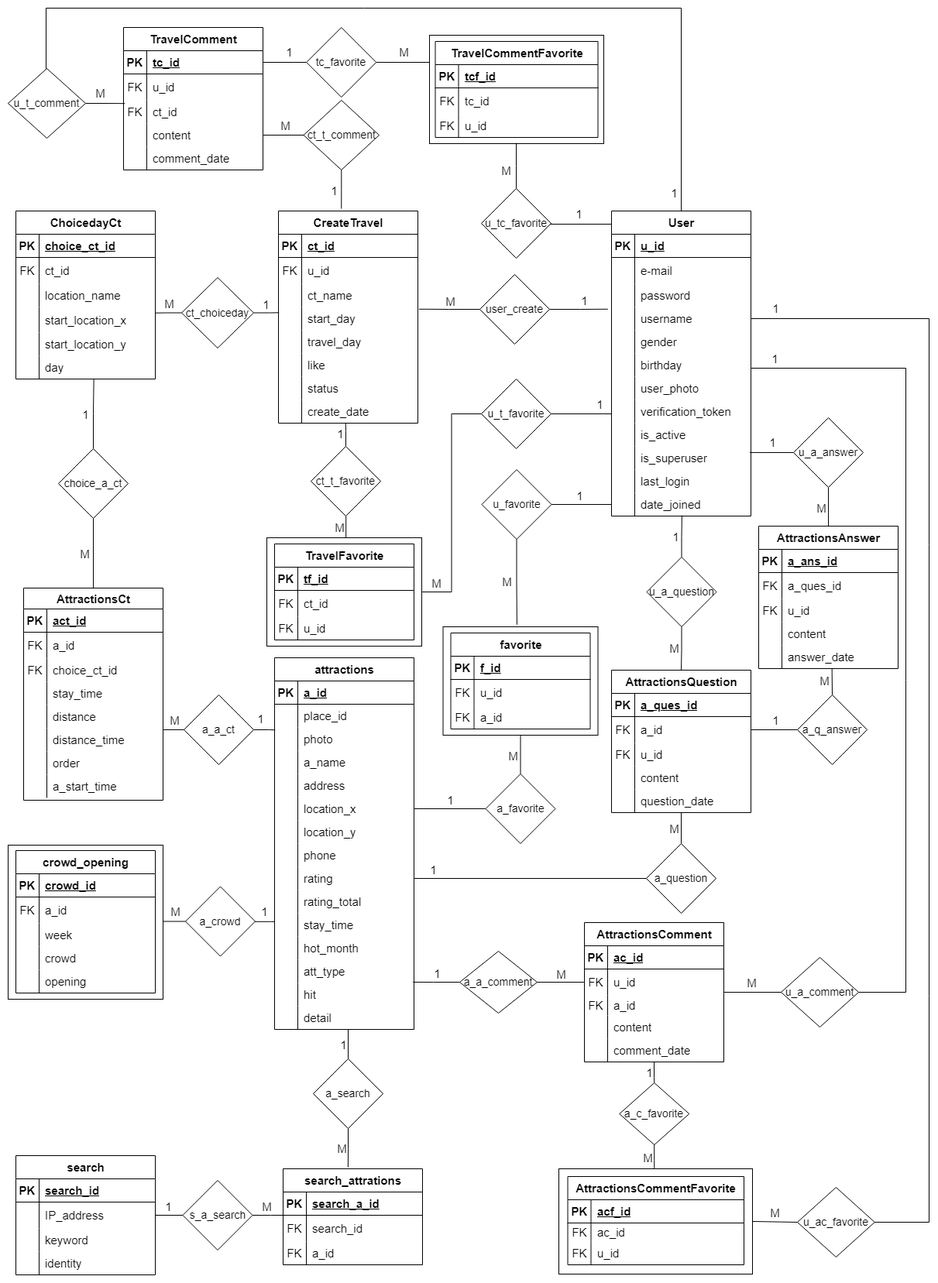
Earlier version of the draw.io export 資料庫關聯圖1102.png (10946009/ntub_112403). Source tidied: cells renumbered, new cells last; positions are measured from the earlier drawing's top-left corner, leaving out a move shared by most shapes.
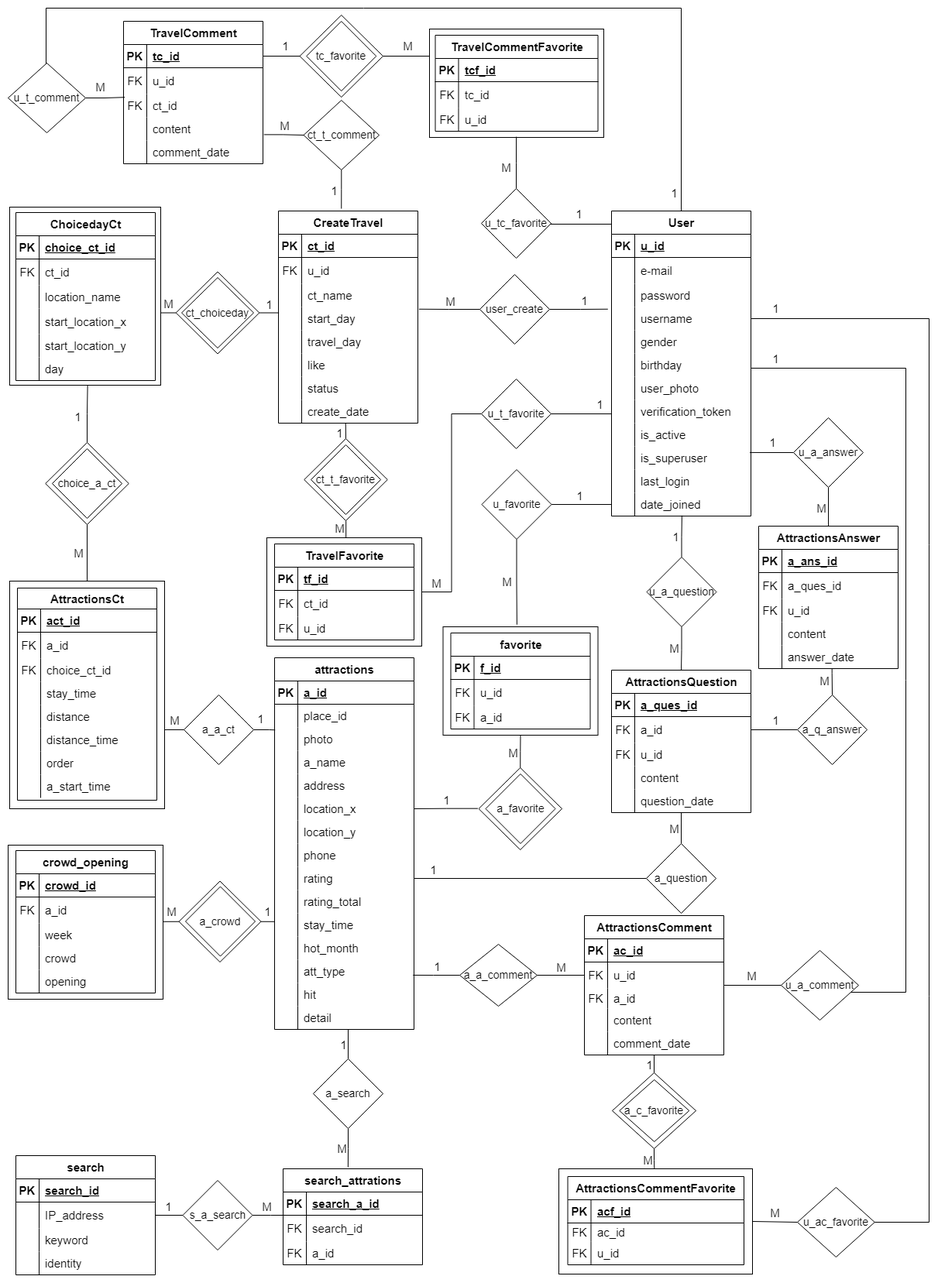
Above is the later version.

Commit message:
修改資料庫關聯圖1102

The edit, as a diff of the source:
```diff
@@ -4,4 +4,31 @@
     <mxCell id="1" parent="0" />
+    <mxCell id="417" style="rhombus;whiteSpace=wrap;html=1;fillStyle=solid;" parent="1" vertex="1">
+      <mxGeometry x="376.5" y="9" width="107.5" height="106" as="geometry" />
+    </mxCell>
+    <mxCell id="418" style="rhombus;whiteSpace=wrap;html=1;fillStyle=solid;" parent="1" vertex="1">
+      <mxGeometry x="382.2" y="556" width="107.5" height="106" as="geometry" />
+    </mxCell>
+    <mxCell id="419" style="rhombus;whiteSpace=wrap;html=1;fillStyle=solid;" parent="1" vertex="1">
+      <mxGeometry x="216.8" y="340.5" width="107.5" height="106" as="geometry" />
+    </mxCell>
+    <mxCell id="420" style="rhombus;whiteSpace=wrap;html=1;fillStyle=solid;" parent="1" vertex="1">
+      <mxGeometry x="48.2" y="561" width="107.5" height="106" as="geometry" />
+    </mxCell>
+    <mxCell id="421" style="rhombus;whiteSpace=wrap;html=1;fillStyle=solid;" parent="1" vertex="1">
+      <mxGeometry x="780" y="1375" width="108" height="98" as="geometry" />
+    </mxCell>
+    <mxCell id="422" style="rhombus;whiteSpace=wrap;html=1;fillStyle=solid;" parent="1" vertex="1">
+      <mxGeometry x="220.5" y="1127.5" width="106" height="104.5" as="geometry" />
+    </mxCell>
+    <mxCell id="423" style="rhombus;whiteSpace=wrap;html=1;fillStyle=solid;" parent="1" vertex="1">
+      <mxGeometry x="607.5" y="981" width="107.5" height="106" as="geometry" />
+    </mxCell>
+    <mxCell id="424" style="rounded=0;whiteSpace=wrap;html=1;fillColor=none;" parent="1" vertex="1">
+      <mxGeometry x="2" y="257" width="195" height="230" as="geometry" />
+    </mxCell>
+    <mxCell id="425" style="rounded=0;whiteSpace=wrap;html=1;fillColor=none;" parent="1" vertex="1">
+      <mxGeometry x="2" y="740" width="200" height="294" as="geometry" />
+    </mxCell>
     <mxCell id="2" style="rounded=0;whiteSpace=wrap;html=1;fillColor=none;" parent="1" vertex="1">
-      <mxGeometry x="544" y="35" width="225" height="140" as="geometry" />
+      <mxGeometry x="544" y="27" width="225" height="140" as="geometry" />
     </mxCell>
@@ -216,3 +243,3 @@
     <mxCell id="71" value="TravelComment" style="shape=table;startSize=30;rowLines=0;fontStyle=1;align=center;html=1;perimeterSpacing=0;labelBorderColor=none;fontSize=15;" parent="1" vertex="1">
-      <mxGeometry x="149" y="25" width="180" height="184" as="geometry" />
+      <mxGeometry x="149" y="17" width="180" height="184" as="geometry" />
     </mxCell>
@@ -277,3 +304,3 @@
     <mxCell id="90" value="TravelCommentFavorite" style="shape=table;startSize=30;rowLines=0;fontStyle=1;align=center;html=1;perimeterSpacing=0;labelBorderColor=none;fontSize=15;" parent="1" vertex="1">
-      <mxGeometry x="551.5" y="43" width="210" height="124" as="geometry" />
+      <mxGeometry x="551.5" y="35" width="210" height="124" as="geometry" />
     </mxCell>
@@ -306,3 +333,3 @@
     </mxCell>
-    <mxCell id="100" style="edgeStyle=orthogonalEdgeStyle;rounded=0;jettySize=auto;html=1;entryX=1;entryY=0.5;entryDx=0;entryDy=0;endArrow=none;endFill=0;" parent="1" edge="1" source="104" target="72">
+    <mxCell id="100" style="edgeStyle=orthogonalEdgeStyle;rounded=0;jettySize=auto;html=1;entryX=1;entryY=0.5;entryDx=0;entryDy=0;endArrow=none;endFill=0;exitX=0;exitY=0.5;exitDx=0;exitDy=0;" parent="1" edge="1" source="417" target="72">
       <mxGeometry relative="1" as="geometry" />
@@ -314,3 +341,3 @@
     </mxCell>
-    <mxCell id="102" style="edgeStyle=orthogonalEdgeStyle;rounded=0;jettySize=auto;html=1;entryX=0;entryY=0.25;entryDx=0;entryDy=0;endArrow=none;endFill=0;" parent="1" edge="1" source="104" target="2">
+    <mxCell id="102" style="edgeStyle=orthogonalEdgeStyle;rounded=0;jettySize=auto;html=1;entryX=0;entryY=0.25;entryDx=0;entryDy=0;endArrow=none;endFill=0;exitX=1;exitY=0.5;exitDx=0;exitDy=0;" parent="1" edge="1" source="417" target="2">
       <mxGeometry relative="1" as="geometry" />
@@ -323,3 +350,3 @@
     <mxCell id="104" value="&lt;font style=&quot;font-size: 14px;&quot;&gt;tc_favorite&lt;/font&gt;" style="rhombus;whiteSpace=wrap;html=1;fontSize=14;" parent="1" vertex="1">
-      <mxGeometry x="385.2" y="25" width="90" height="90" as="geometry" />
+      <mxGeometry x="385.2" y="17" width="90" height="90" as="geometry" />
     </mxCell>
@@ -387,3 +414,3 @@
     </mxCell>
-    <mxCell id="122" style="edgeStyle=orthogonalEdgeStyle;rounded=0;jettySize=auto;html=1;entryX=0.482;entryY=0.983;entryDx=0;entryDy=0;entryPerimeter=0;endArrow=none;endFill=0;" parent="1" edge="1" source="126" target="63">
+    <mxCell id="122" style="edgeStyle=orthogonalEdgeStyle;rounded=0;jettySize=auto;html=1;entryX=0.482;entryY=0.983;entryDx=0;entryDy=0;entryPerimeter=0;endArrow=none;endFill=0;exitX=0.5;exitY=0;exitDx=0;exitDy=0;" parent="1" edge="1" source="418" target="63">
       <mxGeometry relative="1" as="geometry" />
@@ -392,6 +419,6 @@
       <mxGeometry x="-0.11" relative="1" as="geometry">
-        <mxPoint x="-8" y="-3" as="offset" />
+        <mxPoint x="-8" y="1" as="offset" />
       </mxGeometry>
     </mxCell>
-    <mxCell id="124" style="edgeStyle=orthogonalEdgeStyle;rounded=0;jettySize=auto;html=1;endArrow=none;endFill=0;entryX=0.511;entryY=-0.003;entryDx=0;entryDy=0;exitX=0.5;exitY=1;exitDx=0;exitDy=0;entryPerimeter=0;" parent="1" edge="1" source="126" target="3">
+    <mxCell id="124" style="edgeStyle=orthogonalEdgeStyle;rounded=0;jettySize=auto;html=1;endArrow=none;endFill=0;entryX=0.511;entryY=-0.003;entryDx=0;entryDy=0;exitX=0.5;exitY=1;exitDx=0;exitDy=0;entryPerimeter=0;" parent="1" edge="1" source="418" target="3">
       <mxGeometry relative="1" as="geometry">
@@ -404,3 +431,3 @@
       <mxGeometry x="0.03" relative="1" as="geometry">
-        <mxPoint x="-9" as="offset" />
+        <mxPoint x="-9" y="-2" as="offset" />
       </mxGeometry>
@@ -408,3 +435,3 @@
     <mxCell id="126" value="&lt;font style=&quot;font-size: 14px;&quot;&gt;ct_t_favorite&lt;/font&gt;" style="rhombus;whiteSpace=wrap;html=1;fontSize=14;" parent="1" vertex="1">
-      <mxGeometry x="391" y="566" width="90" height="90" as="geometry" />
+      <mxGeometry x="391" y="564" width="90" height="90" as="geometry" />
     </mxCell>
@@ -426,3 +453,3 @@
     <mxCell id="130" value="ChoicedayCt" style="shape=table;startSize=30;rowLines=0;fontStyle=1;align=center;html=1;perimeterSpacing=0;labelBorderColor=none;fontSize=15;" parent="1" vertex="1">
-      <mxGeometry x="10" y="262" width="180" height="217" as="geometry" />
+      <mxGeometry x="10" y="264" width="180" height="217" as="geometry" />
     </mxCell>
@@ -482,3 +509,3 @@
     </mxCell>
-    <mxCell id="149" style="edgeStyle=orthogonalEdgeStyle;rounded=0;jettySize=auto;html=1;entryX=0.004;entryY=0.243;entryDx=0;entryDy=0;entryPerimeter=0;endArrow=none;endFill=0;" parent="1" edge="1" source="153" target="51">
+    <mxCell id="149" style="edgeStyle=orthogonalEdgeStyle;rounded=0;jettySize=auto;html=1;entryX=0.004;entryY=0.243;entryDx=0;entryDy=0;entryPerimeter=0;endArrow=none;endFill=0;exitX=1;exitY=0.5;exitDx=0;exitDy=0;" parent="1" edge="1" source="419" target="51">
       <mxGeometry relative="1" as="geometry" />
@@ -490,3 +517,3 @@
     </mxCell>
-    <mxCell id="151" style="edgeStyle=orthogonalEdgeStyle;rounded=0;jettySize=auto;html=1;entryX=1;entryY=0.233;entryDx=0;entryDy=0;entryPerimeter=0;endArrow=none;endFill=0;" parent="1" edge="1" source="153" target="140">
+    <mxCell id="151" style="edgeStyle=orthogonalEdgeStyle;rounded=0;jettySize=auto;html=1;entryX=1.002;entryY=0.593;entryDx=0;entryDy=0;entryPerimeter=0;endArrow=none;endFill=0;exitX=0;exitY=0.5;exitDx=0;exitDy=0;" parent="1" edge="1" source="419" target="424">
       <mxGeometry relative="1" as="geometry" />
@@ -751,3 +778,3 @@
     </mxCell>
-    <mxCell id="236" style="edgeStyle=orthogonalEdgeStyle;rounded=0;jettySize=auto;html=1;endArrow=none;endFill=0;" parent="1" edge="1" source="81" target="89">
+    <mxCell id="236" style="edgeStyle=orthogonalEdgeStyle;rounded=0;jettySize=auto;html=1;endArrow=none;endFill=0;exitX=1.007;exitY=0.746;exitDx=0;exitDy=0;exitPerimeter=0;" parent="1" edge="1" source="81" target="89">
       <mxGeometry relative="1" as="geometry" />
@@ -891,3 +918,3 @@
     </mxCell>
-    <mxCell id="270" style="edgeStyle=orthogonalEdgeStyle;rounded=0;jettySize=auto;html=1;entryX=0.5;entryY=1;entryDx=0;entryDy=0;endArrow=none;endFill=0;" parent="1" edge="1" source="274" target="254">
+    <mxCell id="270" style="edgeStyle=orthogonalEdgeStyle;rounded=0;jettySize=auto;html=1;entryX=0.5;entryY=1;entryDx=0;entryDy=0;endArrow=none;endFill=0;exitX=0.5;exitY=0;exitDx=0;exitDy=0;" parent="1" edge="1" source="423" target="254">
       <mxGeometry relative="1" as="geometry" />
@@ -899,3 +926,3 @@
     </mxCell>
-    <mxCell id="272" style="edgeStyle=orthogonalEdgeStyle;rounded=0;jettySize=auto;html=1;entryX=1;entryY=0.5;entryDx=0;entryDy=0;endArrow=none;endFill=0;" parent="1" edge="1" source="274" target="170">
+    <mxCell id="272" style="edgeStyle=orthogonalEdgeStyle;rounded=0;jettySize=auto;html=1;entryX=1;entryY=0.5;entryDx=0;entryDy=0;endArrow=none;endFill=0;exitX=-0.009;exitY=0.497;exitDx=0;exitDy=0;exitPerimeter=0;" parent="1" edge="1" source="423" target="170">
       <mxGeometry relative="1" as="geometry" />
@@ -953,3 +980,3 @@
     </mxCell>
-    <mxCell id="288" style="edgeStyle=orthogonalEdgeStyle;rounded=0;jettySize=auto;html=1;entryX=0.5;entryY=0;entryDx=0;entryDy=0;endArrow=none;endFill=0;" parent="1" edge="1" source="292" target="365">
+    <mxCell id="288" style="edgeStyle=orthogonalEdgeStyle;rounded=0;jettySize=auto;html=1;endArrow=none;endFill=0;entryX=0.5;entryY=0;entryDx=0;entryDy=0;" parent="1" edge="1" source="292" target="421">
       <mxGeometry relative="1" as="geometry" />
@@ -958,3 +985,3 @@
       <mxGeometry x="-0.03" y="-1" relative="1" as="geometry">
-        <mxPoint x="-6" as="offset" />
+        <mxPoint x="-8" as="offset" />
       </mxGeometry>
@@ -970,3 +997,3 @@
     <mxCell id="292" value="AttractionsComment" style="shape=table;startSize=30;rowLines=0;fontStyle=1;align=center;html=1;perimeterSpacing=0;labelBorderColor=none;fontSize=15;" parent="1" vertex="1">
-      <mxGeometry x="744" y="1181" width="180" height="180" as="geometry" />
+      <mxGeometry x="744" y="1172" width="180" height="180" as="geometry" />
     </mxCell>
@@ -1137,3 +1164,3 @@
     </mxCell>
-    <mxCell id="348" style="edgeStyle=orthogonalEdgeStyle;rounded=0;jettySize=auto;html=1;entryX=1;entryY=0.5;entryDx=0;entryDy=0;endArrow=none;endFill=0;" parent="1" edge="1" source="352">
+    <mxCell id="348" style="edgeStyle=orthogonalEdgeStyle;rounded=0;jettySize=auto;html=1;entryX=1;entryY=0.5;entryDx=0;entryDy=0;endArrow=none;endFill=0;exitX=0;exitY=0.5;exitDx=0;exitDy=0;" parent="1" edge="1" source="422">
       <mxGeometry relative="1" as="geometry">
@@ -1147,8 +1174,4 @@
     </mxCell>
-    <mxCell id="350" style="edgeStyle=orthogonalEdgeStyle;rounded=0;jettySize=auto;html=1;entryX=-0.002;entryY=0.36;entryDx=0;entryDy=0;entryPerimeter=0;endArrow=none;endFill=0;" parent="1" edge="1" source="352" target="185">
-      <mxGeometry relative="1" as="geometry">
-        <Array as="points">
-          <mxPoint x="339" y="1180" />
-        </Array>
-      </mxGeometry>
+    <mxCell id="350" style="edgeStyle=orthogonalEdgeStyle;rounded=0;jettySize=auto;html=1;entryX=-0.002;entryY=0.36;entryDx=0;entryDy=0;entryPerimeter=0;endArrow=none;endFill=0;exitX=1;exitY=0.5;exitDx=0;exitDy=0;" parent="1" edge="1" source="422" target="185">
+      <mxGeometry relative="1" as="geometry" />
     </mxCell>
@@ -1205,3 +1228,3 @@
     </mxCell>
-    <mxCell id="363" style="edgeStyle=orthogonalEdgeStyle;rounded=0;jettySize=auto;html=1;endArrow=none;endFill=0;exitX=0.499;exitY=0.996;exitDx=0;exitDy=0;exitPerimeter=0;entryX=0.493;entryY=-0.004;entryDx=0;entryDy=0;entryPerimeter=0;" parent="1" edge="1" source="365" target="277">
+    <mxCell id="363" style="edgeStyle=orthogonalEdgeStyle;rounded=0;jettySize=auto;html=1;endArrow=none;endFill=0;exitX=0.5;exitY=1;exitDx=0;exitDy=0;entryX=0.493;entryY=-0.004;entryDx=0;entryDy=0;entryPerimeter=0;" parent="1" edge="1" source="421" target="277">
       <mxGeometry relative="1" as="geometry">
@@ -1219,3 +1242,3 @@
     <mxCell id="365" value="&lt;font style=&quot;font-size: 14px;&quot;&gt;a_c_favorite&lt;/font&gt;" style="rhombus;whiteSpace=wrap;html=1;fontSize=14;" parent="1" vertex="1">
-      <mxGeometry x="789.2" y="1388" width="90" height="80" as="geometry" />
+      <mxGeometry x="789.2" y="1384" width="90" height="80" as="geometry" />
     </mxCell>
@@ -1253,3 +1276,3 @@
     <mxCell id="371" value="&lt;font style=&quot;font-size: 14px;&quot;&gt;u_a_comment&lt;/font&gt;" style="rhombus;whiteSpace=wrap;html=1;fontSize=14;" parent="1" vertex="1">
-      <mxGeometry x="998" y="1226" width="100" height="90" as="geometry" />
+      <mxGeometry x="998" y="1217" width="100" height="90" as="geometry" />
     </mxCell>
@@ -1278,3 +1301,3 @@
     <mxCell id="376" value="&lt;font style=&quot;font-size: 14px;&quot;&gt;u_t_comment&lt;/font&gt;" style="rhombus;whiteSpace=wrap;html=1;fontSize=14;" parent="1" vertex="1">
-      <mxGeometry y="78" width="100" height="90" as="geometry" />
+      <mxGeometry y="71" width="100" height="90" as="geometry" />
     </mxCell>
@@ -1288,9 +1311,4 @@
     </mxCell>
-    <mxCell id="379" style="edgeStyle=orthogonalEdgeStyle;rounded=0;jettySize=auto;html=1;entryX=0.998;entryY=1.066;entryDx=0;entryDy=0;entryPerimeter=0;endArrow=none;endFill=0;" parent="1" edge="1" source="381" target="400">
-      <mxGeometry relative="1" as="geometry">
-        <Array as="points">
-          <mxPoint x="199" y="932" />
-          <mxPoint x="199" y="932" />
-        </Array>
-      </mxGeometry>
+    <mxCell id="379" style="edgeStyle=orthogonalEdgeStyle;rounded=0;jettySize=auto;html=1;endArrow=none;endFill=0;entryX=1;entryY=0.653;entryDx=0;entryDy=0;entryPerimeter=0;" parent="1" edge="1" source="381" target="425">
+      <mxGeometry relative="1" as="geometry" />
     </mxCell>
@@ -1298,3 +1316,3 @@
       <mxGeometry x="-0.29" y="-3" relative="1" as="geometry">
-        <mxPoint x="-3" y="-9" as="offset" />
+        <mxPoint x="7" y="-16" as="offset" />
       </mxGeometry>
@@ -1304,3 +1322,3 @@
     </mxCell>
-    <mxCell id="382" style="edgeStyle=orthogonalEdgeStyle;rounded=0;jettySize=auto;html=1;entryX=0.559;entryY=1.004;entryDx=0;entryDy=0;entryPerimeter=0;endArrow=none;endFill=0;" parent="1" edge="1" source="384" target="146">
+    <mxCell id="382" style="edgeStyle=orthogonalEdgeStyle;rounded=0;jettySize=auto;html=1;entryX=0.516;entryY=1.001;entryDx=0;entryDy=0;entryPerimeter=0;endArrow=none;endFill=0;exitX=0.5;exitY=0;exitDx=0;exitDy=0;" parent="1" edge="1" source="420" target="424">
       <mxGeometry relative="1" as="geometry" />
@@ -1313,5 +1331,5 @@
     <mxCell id="384" value="&lt;font style=&quot;font-size: 14px;&quot;&gt;choice_a_ct&lt;/font&gt;" style="rhombus;whiteSpace=wrap;html=1;fontSize=14;" parent="1" vertex="1">
-      <mxGeometry x="65" y="569" width="90" height="90" as="geometry" />
+      <mxGeometry x="57" y="569" width="90" height="90" as="geometry" />
     </mxCell>
-    <mxCell id="385" style="edgeStyle=orthogonalEdgeStyle;rounded=0;jettySize=auto;html=1;entryX=0.5;entryY=1;entryDx=0;entryDy=0;endArrow=none;endFill=0;" parent="1" edge="1" source="387" target="384">
+    <mxCell id="385" style="edgeStyle=orthogonalEdgeStyle;rounded=0;jettySize=auto;html=1;endArrow=none;endFill=0;exitX=0.5;exitY=0;exitDx=0;exitDy=0;entryX=0.5;entryY=1;entryDx=0;entryDy=0;" parent="1" edge="1" source="425" target="420">
       <mxGeometry relative="1" as="geometry" />
@@ -1324,3 +1342,3 @@
     <mxCell id="387" value="AttractionsCt" style="shape=table;startSize=27;rowLines=0;fontStyle=1;align=center;html=1;perimeterSpacing=0;labelBorderColor=none;fontSize=15;" parent="1" vertex="1">
-      <mxGeometry x="20" y="749" width="180" height="274" as="geometry" />
+      <mxGeometry x="12" y="749" width="180" height="274" as="geometry" />
     </mxCell>
@@ -1406,7 +1424,8 @@
     </mxCell>
-    <mxCell id="414" style="edgeStyle=orthogonalEdgeStyle;rounded=0;jettySize=auto;html=1;entryX=0.993;entryY=-0.035;entryDx=0;entryDy=0;entryPerimeter=0;endArrow=none;endFill=0;" parent="1" edge="1" source="416" target="194">
+    <mxCell id="414" style="edgeStyle=orthogonalEdgeStyle;rounded=0;jettySize=auto;html=1;entryX=0.993;entryY=-0.035;entryDx=0;entryDy=0;entryPerimeter=0;endArrow=none;endFill=0;" parent="1" edge="1" source="416">
       <mxGeometry relative="1" as="geometry">
+        <mxPoint x="522.7" y="1248.9" as="targetPoint" />
         <Array as="points">
-          <mxPoint x="549" y="1258" />
-          <mxPoint x="549" y="1258" />
+          <mxPoint x="549" y="1249" />
+          <mxPoint x="549" y="1249" />
         </Array>
@@ -1420,3 +1439,3 @@
     <mxCell id="416" value="&lt;font style=&quot;font-size: 14px;&quot;&gt;a_a_comment&lt;/font&gt;" style="rhombus;whiteSpace=wrap;html=1;fontSize=14;" parent="1" vertex="1">
-      <mxGeometry x="583" y="1218" width="100" height="80" as="geometry" />
+      <mxGeometry x="583" y="1209" width="100" height="80" as="geometry" />
     </mxCell>
```
